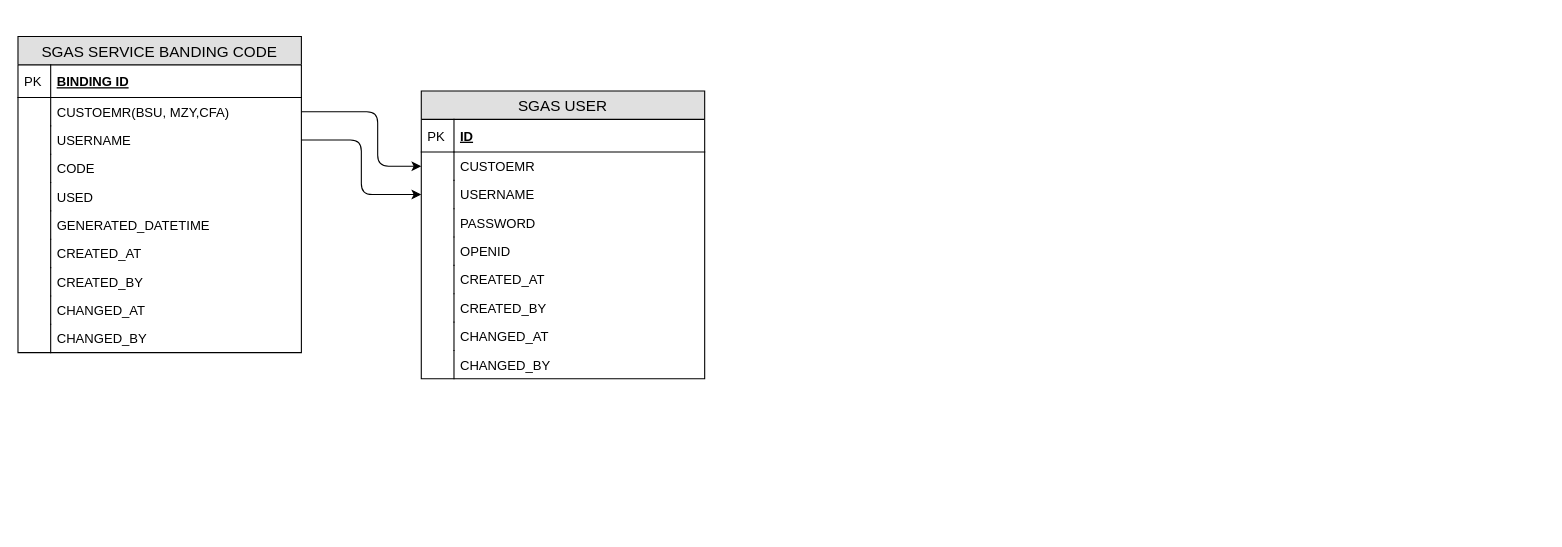
wosary1984/draw.io keeps this draw.io diagram as page "model" (3 of 7) of SportsOne/Wechat Integration.drawio. Above is the earlier version. Source tidied: cells renumbered, new cells numbered last; positions are measured from the earlier drawing's top-left corner, leaving out a move shared by most shapes. Both pictures are drawn from the tidied source at 109%, with x=0, y=0 at pixel (17, 36).
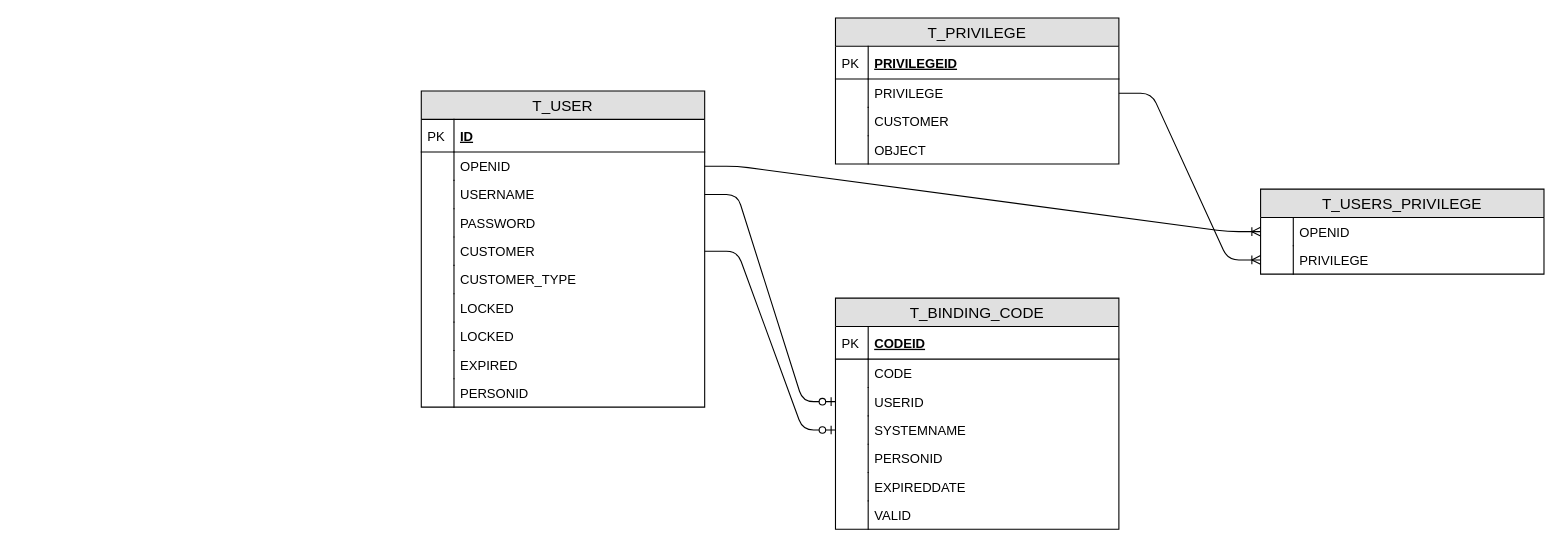
After the change.

The change refers to these unchanged cells:
```xml
<mxCell id="28" value="USERNAME" style="shape=partialRectangle;top=0;left=0;right=0;bottom=0;align=left;verticalAlign=top;fillColor=none;spacingLeft=34;spacingRight=4;overflow=hidden;points=[[0,0.5],[1,0.5]];portConstraint=eastwest;fontSize=12;" parent="23" vertex="1">
  <mxGeometry y="82" width="260" height="26" as="geometry" />
</mxCell>
```

Diff of the diagram source:
```diff
@@
-    <mxCell id="2" value="SGAS SERVICE BANDING CODE" style="swimlane;fontStyle=0;horizontal=1;startSize=26;fillColor=#e0e0e0;swimlaneFillColor=#ffffff;align=center;fontSize=14;" parent="1" vertex="1">
-      <mxGeometry width="260" height="290" as="geometry" />
+    <mxCell id="2" value="T_BINDING_CODE" style="swimlane;fontStyle=0;horizontal=1;startSize=26;fillColor=#e0e0e0;swimlaneFillColor=#ffffff;align=center;fontSize=14;" parent="1" vertex="1">
+      <mxGeometry x="750" y="240" width="260" height="212" as="geometry" />
     </mxCell>
-    <mxCell id="3" value="BINDING ID" style="shape=partialRectangle;top=0;left=0;right=0;bottom=1;align=left;verticalAlign=middle;fillColor=none;spacingLeft=34;spacingRight=4;overflow=hidden;fontStyle=5;fontSize=12;" parent="2" vertex="1">
+    <mxCell id="3" value="CODEID" style="shape=partialRectangle;top=0;left=0;right=0;bottom=1;align=left;verticalAlign=middle;fillColor=none;spacingLeft=34;spacingRight=4;overflow=hidden;fontStyle=5;fontSize=12;" parent="2" vertex="1">
       <mxGeometry y="26" width="260" height="30" as="geometry" />
     </mxCell>
@@
-    <mxCell id="5" value="CUSTOEMR(BSU, MZY,CFA)" style="shape=partialRectangle;top=0;left=0;right=0;bottom=0;align=left;verticalAlign=top;fillColor=none;spacingLeft=34;spacingRight=4;overflow=hidden;points=[[0,0.5],[1,0.5]];portConstraint=eastwest;fontSize=12;" parent="2" vertex="1">
+    <mxCell id="5" value="CODE" style="shape=partialRectangle;top=0;left=0;right=0;bottom=0;align=left;verticalAlign=top;fillColor=none;spacingLeft=34;spacingRight=4;overflow=hidden;points=[[0,0.5],[1,0.5]];portConstraint=eastwest;fontSize=12;" parent="2" vertex="1">
       <mxGeometry y="56" width="260" height="26" as="geometry" />
     </mxCell>
@@
-    <mxCell id="7" value="USERNAME" style="shape=partialRectangle;top=0;left=0;right=0;bottom=0;align=left;verticalAlign=top;fillColor=none;spacingLeft=34;spacingRight=4;overflow=hidden;points=[[0,0.5],[1,0.5]];portConstraint=eastwest;fontSize=12;" parent="2" vertex="1">
+    <mxCell id="7" value="USERID" style="shape=partialRectangle;top=0;left=0;right=0;bottom=0;align=left;verticalAlign=top;fillColor=none;spacingLeft=34;spacingRight=4;overflow=hidden;points=[[0,0.5],[1,0.5]];portConstraint=eastwest;fontSize=12;" parent="2" vertex="1">
       <mxGeometry y="82" width="260" height="26" as="geometry" />
     </mxCell>
@@
-    <mxCell id="9" value="CODE&#10;" style="shape=partialRectangle;top=0;left=0;right=0;bottom=0;align=left;verticalAlign=top;fillColor=none;spacingLeft=34;spacingRight=4;overflow=hidden;points=[[0,0.5],[1,0.5]];portConstraint=eastwest;fontSize=12;" parent="2" vertex="1">
+    <mxCell id="9" value="SYSTEMNAME" style="shape=partialRectangle;top=0;left=0;right=0;bottom=0;align=left;verticalAlign=top;fillColor=none;spacingLeft=34;spacingRight=4;overflow=hidden;points=[[0,0.5],[1,0.5]];portConstraint=eastwest;fontSize=12;" parent="2" vertex="1">
       <mxGeometry y="108" width="260" height="26" as="geometry" />
     </mxCell>
@@
-    <mxCell id="11" value="USED" style="shape=partialRectangle;top=0;left=0;right=0;bottom=0;align=left;verticalAlign=top;fillColor=none;spacingLeft=34;spacingRight=4;overflow=hidden;fontSize=12;" parent="2" vertex="1">
+    <mxCell id="11" value="PERSONID" style="shape=partialRectangle;top=0;left=0;right=0;bottom=0;align=left;verticalAlign=top;fillColor=none;spacingLeft=34;spacingRight=4;overflow=hidden;fontSize=12;" parent="2" vertex="1">
       <mxGeometry y="134" width="260" height="26" as="geometry" />
     </mxCell>
@@
-    <mxCell id="13" value="GENERATED_DATETIME" style="shape=partialRectangle;top=0;left=0;right=0;bottom=0;align=left;verticalAlign=top;fillColor=none;spacingLeft=34;spacingRight=4;overflow=hidden;fontSize=12;" parent="2" vertex="1">
+    <mxCell id="13" value="EXPIREDDATE" style="shape=partialRectangle;top=0;left=0;right=0;bottom=0;align=left;verticalAlign=top;fillColor=none;spacingLeft=34;spacingRight=4;overflow=hidden;fontSize=12;" parent="2" vertex="1">
       <mxGeometry y="160" width="260" height="26" as="geometry" />
     </mxCell>
@@
-    <mxCell id="15" value="CREATED_AT" style="shape=partialRectangle;top=0;left=0;right=0;bottom=0;align=left;verticalAlign=top;fillColor=none;spacingLeft=34;spacingRight=4;overflow=hidden;fontSize=12;" parent="2" vertex="1">
+    <mxCell id="15" value="VALID" style="shape=partialRectangle;top=0;left=0;right=0;bottom=0;align=left;verticalAlign=top;fillColor=none;spacingLeft=34;spacingRight=4;overflow=hidden;fontSize=12;" parent="2" vertex="1">
       <mxGeometry y="186" width="260" height="26" as="geometry" />
     </mxCell>
@@
-    <mxCell id="17" value="CREATED_BY" style="shape=partialRectangle;top=0;left=0;right=0;bottom=0;align=left;verticalAlign=top;fillColor=none;spacingLeft=34;spacingRight=4;overflow=hidden;fontSize=12;" parent="2" vertex="1">
-      <mxGeometry y="212" width="260" height="26" as="geometry" />
-    </mxCell>
-    <mxCell id="18" style="shape=partialRectangle;top=0;left=0;bottom=0;fillColor=none;align=left;verticalAlign=top;spacingLeft=4;spacingRight=4;overflow=hidden;fontSize=12;" parent="17" vertex="1">
-      <mxGeometry width="30" height="26" as="geometry" />
-    </mxCell>
-    <mxCell id="19" value="CHANGED_AT" style="shape=partialRectangle;top=0;left=0;right=0;bottom=0;align=left;verticalAlign=top;fillColor=none;spacingLeft=34;spacingRight=4;overflow=hidden;fontSize=12;" parent="2" vertex="1">
-      <mxGeometry y="238" width="260" height="26" as="geometry" />
-    </mxCell>
-    <mxCell id="20" style="shape=partialRectangle;top=0;left=0;bottom=0;fillColor=none;align=left;verticalAlign=top;spacingLeft=4;spacingRight=4;overflow=hidden;fontSize=12;" parent="19" vertex="1">
-      <mxGeometry width="30" height="26" as="geometry" />
-    </mxCell>
-    <mxCell id="21" value="CHANGED_BY" style="shape=partialRectangle;top=0;left=0;right=0;bottom=0;align=left;verticalAlign=top;fillColor=none;spacingLeft=34;spacingRight=4;overflow=hidden;fontSize=12;" parent="2" vertex="1">
-      <mxGeometry y="264" width="260" height="26" as="geometry" />
-    </mxCell>
-    <mxCell id="22" style="shape=partialRectangle;top=0;left=0;bottom=0;fillColor=none;align=left;verticalAlign=top;spacingLeft=4;spacingRight=4;overflow=hidden;fontSize=12;" parent="21" vertex="1">
-      <mxGeometry width="30" height="26" as="geometry" />
-    </mxCell>
-    <mxCell id="23" value="SGAS USER" style="swimlane;fontStyle=0;horizontal=1;startSize=26;fillColor=#e0e0e0;swimlaneFillColor=#ffffff;align=center;fontSize=14;" parent="1" vertex="1">
-      <mxGeometry x="370" y="50" width="260" height="264" as="geometry" />
+    <mxCell id="23" value="T_USER" style="swimlane;fontStyle=0;horizontal=1;startSize=26;fillColor=#e0e0e0;swimlaneFillColor=#ffffff;align=center;fontSize=14;" parent="1" vertex="1">
+      <mxGeometry x="370" y="50" width="260" height="290" as="geometry" />
     </mxCell>
@@
-    <mxCell id="26" value="CUSTOEMR" style="shape=partialRectangle;top=0;left=0;right=0;bottom=0;align=left;verticalAlign=top;fillColor=none;spacingLeft=34;spacingRight=4;overflow=hidden;points=[[0,0.5],[1,0.5]];portConstraint=eastwest;fontSize=12;" parent="23" vertex="1">
+    <mxCell id="26" value="OPENID" style="shape=partialRectangle;top=0;left=0;right=0;bottom=0;align=left;verticalAlign=top;fillColor=none;spacingLeft=34;spacingRight=4;overflow=hidden;points=[[0,0.5],[1,0.5]];portConstraint=eastwest;fontSize=12;" parent="23" vertex="1">
       <mxGeometry y="56" width="260" height="26" as="geometry" />
     </mxCell>
@@
-    <mxCell id="32" value="OPENID" style="shape=partialRectangle;top=0;left=0;right=0;bottom=0;align=left;verticalAlign=top;fillColor=none;spacingLeft=34;spacingRight=4;overflow=hidden;points=[[0,0.5],[1,0.5]];portConstraint=eastwest;fontSize=12;" parent="23" vertex="1">
+    <mxCell id="32" value="CUSTOMER" style="shape=partialRectangle;top=0;left=0;right=0;bottom=0;align=left;verticalAlign=top;fillColor=none;spacingLeft=34;spacingRight=4;overflow=hidden;points=[[0,0.5],[1,0.5]];portConstraint=eastwest;fontSize=12;" parent="23" vertex="1">
       <mxGeometry y="134" width="260" height="26" as="geometry" />
     </mxCell>
@@
-    <mxCell id="34" value="CREATED_AT" style="shape=partialRectangle;top=0;left=0;right=0;bottom=0;align=left;verticalAlign=top;fillColor=none;spacingLeft=34;spacingRight=4;overflow=hidden;fontSize=12;" parent="23" vertex="1">
+    <mxCell id="34" value="CUSTOMER_TYPE" style="shape=partialRectangle;top=0;left=0;right=0;bottom=0;align=left;verticalAlign=top;fillColor=none;spacingLeft=34;spacingRight=4;overflow=hidden;fontSize=12;" parent="23" vertex="1">
       <mxGeometry y="160" width="260" height="26" as="geometry" />
     </mxCell>
@@
+    <mxCell id="44" value="LOCKED" style="shape=partialRectangle;top=0;left=0;right=0;bottom=0;align=left;verticalAlign=top;fillColor=none;spacingLeft=34;spacingRight=4;overflow=hidden;fontSize=12;" parent="23" vertex="1">
+      <mxGeometry y="186" width="260" height="26" as="geometry" />
+    </mxCell>
+    <mxCell id="45" style="shape=partialRectangle;top=0;left=0;bottom=0;fillColor=none;align=left;verticalAlign=top;spacingLeft=4;spacingRight=4;overflow=hidden;fontSize=12;" parent="44" vertex="1">
+      <mxGeometry width="30" height="26" as="geometry" />
+    </mxCell>
-    <mxCell id="36" value="CREATED_BY" style="shape=partialRectangle;top=0;left=0;right=0;bottom=0;align=left;verticalAlign=top;fillColor=none;spacingLeft=34;spacingRight=4;overflow=hidden;fontSize=12;" parent="23" vertex="1">
-      <mxGeometry y="186" width="260" height="26" as="geometry" />
+    <mxCell id="36" value="LOCKED" style="shape=partialRectangle;top=0;left=0;right=0;bottom=0;align=left;verticalAlign=top;fillColor=none;spacingLeft=34;spacingRight=4;overflow=hidden;fontSize=12;" parent="23" vertex="1">
+      <mxGeometry y="212" width="260" height="26" as="geometry" />
     </mxCell>
@@
-    <mxCell id="38" value="CHANGED_AT" style="shape=partialRectangle;top=0;left=0;right=0;bottom=0;align=left;verticalAlign=top;fillColor=none;spacingLeft=34;spacingRight=4;overflow=hidden;fontSize=12;" parent="23" vertex="1">
-      <mxGeometry y="212" width="260" height="26" as="geometry" />
+    <mxCell id="38" value="EXPIRED" style="shape=partialRectangle;top=0;left=0;right=0;bottom=0;align=left;verticalAlign=top;fillColor=none;spacingLeft=34;spacingRight=4;overflow=hidden;fontSize=12;" parent="23" vertex="1">
+      <mxGeometry y="238" width="260" height="26" as="geometry" />
     </mxCell>
@@
-    <mxCell id="40" value="CHANGED_BY" style="shape=partialRectangle;top=0;left=0;right=0;bottom=0;align=left;verticalAlign=top;fillColor=none;spacingLeft=34;spacingRight=4;overflow=hidden;fontSize=12;" parent="23" vertex="1">
-      <mxGeometry y="238" width="260" height="26" as="geometry" />
+    <mxCell id="40" value="PERSONID" style="shape=partialRectangle;top=0;left=0;right=0;bottom=0;align=left;verticalAlign=top;fillColor=none;spacingLeft=34;spacingRight=4;overflow=hidden;fontSize=12;" parent="23" vertex="1">
+      <mxGeometry y="264" width="260" height="26" as="geometry" />
     </mxCell>
@@
-    <mxCell id="42" style="endArrow=classic;html=1;exitX=1;exitY=0.5;exitDx=0;exitDy=0;edgeStyle=orthogonalEdgeStyle;entryX=0;entryY=0.5;entryDx=0;entryDy=0;" parent="1" edge="1" source="5" target="26">
-      <mxGeometry relative="1" as="geometry">
-        <Array as="points">
-          <mxPoint x="330" y="69" />
-          <mxPoint x="330" y="119" />
-        </Array>
-      </mxGeometry>
-    </mxCell>
-    <mxCell id="43" style="endArrow=classic;html=1;exitX=1;exitY=0.5;exitDx=0;exitDy=0;edgeStyle=orthogonalEdgeStyle;entryX=0;entryY=0.5;entryDx=0;entryDy=0;" parent="1" edge="1" source="7" target="28">
-      <mxGeometry relative="1" as="geometry" />
-    </mxCell>
+    <mxCell id="46" value="T_PRIVILEGE" style="swimlane;fontStyle=0;horizontal=1;startSize=26;fillColor=#e0e0e0;swimlaneFillColor=#ffffff;align=center;fontSize=14;" parent="1" vertex="1">
+      <mxGeometry x="750" y="-17" width="260" height="134" as="geometry" />
+    </mxCell>
+    <mxCell id="47" value="PRIVILEGEID" style="shape=partialRectangle;top=0;left=0;right=0;bottom=1;align=left;verticalAlign=middle;fillColor=none;spacingLeft=34;spacingRight=4;overflow=hidden;fontStyle=5;fontSize=12;" parent="46" vertex="1">
+      <mxGeometry y="26" width="260" height="30" as="geometry" />
+    </mxCell>
+    <mxCell id="48" value="PK" style="shape=partialRectangle;top=0;left=0;bottom=0;fillColor=none;align=left;verticalAlign=middle;spacingLeft=4;spacingRight=4;overflow=hidden;fontSize=12;" parent="47" vertex="1">
+      <mxGeometry width="30" height="30" as="geometry" />
+    </mxCell>
+    <mxCell id="49" value="PRIVILEGE" style="shape=partialRectangle;top=0;left=0;right=0;bottom=0;align=left;verticalAlign=top;fillColor=none;spacingLeft=34;spacingRight=4;overflow=hidden;points=[[0,0.5],[1,0.5]];portConstraint=eastwest;fontSize=12;" parent="46" vertex="1">
+      <mxGeometry y="56" width="260" height="26" as="geometry" />
+    </mxCell>
+    <mxCell id="50" style="shape=partialRectangle;top=0;left=0;bottom=0;fillColor=none;align=left;verticalAlign=top;spacingLeft=4;spacingRight=4;overflow=hidden;fontSize=12;" parent="49" vertex="1">
+      <mxGeometry width="30" height="26" as="geometry" />
+    </mxCell>
+    <mxCell id="51" value="CUSTOMER" style="shape=partialRectangle;top=0;left=0;right=0;bottom=0;align=left;verticalAlign=top;fillColor=none;spacingLeft=34;spacingRight=4;overflow=hidden;fontSize=12;" parent="46" vertex="1">
+      <mxGeometry y="82" width="260" height="26" as="geometry" />
+    </mxCell>
+    <mxCell id="52" style="shape=partialRectangle;top=0;left=0;bottom=0;fillColor=none;align=left;verticalAlign=top;spacingLeft=4;spacingRight=4;overflow=hidden;fontSize=12;" parent="51" vertex="1">
+      <mxGeometry width="30" height="26" as="geometry" />
+    </mxCell>
+    <mxCell id="53" value="OBJECT" style="shape=partialRectangle;top=0;left=0;right=0;bottom=0;align=left;verticalAlign=top;fillColor=none;spacingLeft=34;spacingRight=4;overflow=hidden;fontSize=12;" parent="46" vertex="1">
+      <mxGeometry y="108" width="260" height="26" as="geometry" />
+    </mxCell>
+    <mxCell id="54" style="shape=partialRectangle;top=0;left=0;bottom=0;fillColor=none;align=left;verticalAlign=top;spacingLeft=4;spacingRight=4;overflow=hidden;fontSize=12;" parent="53" vertex="1">
+      <mxGeometry width="30" height="26" as="geometry" />
+    </mxCell>
+    <mxCell id="55" value=" T_USERS_PRIVILEGE " style="swimlane;fontStyle=0;horizontal=1;startSize=26;fillColor=#e0e0e0;swimlaneFillColor=#ffffff;align=center;fontSize=14;" parent="1" vertex="1">
+      <mxGeometry x="1140" y="140" width="260" height="78" as="geometry" />
+    </mxCell>
+    <mxCell id="56" value="OPENID" style="shape=partialRectangle;top=0;left=0;right=0;bottom=0;align=left;verticalAlign=top;fillColor=none;spacingLeft=34;spacingRight=4;overflow=hidden;points=[[0,0.5],[1,0.5]];portConstraint=eastwest;fontSize=12;" parent="55" vertex="1">
+      <mxGeometry y="26" width="260" height="26" as="geometry" />
+    </mxCell>
+    <mxCell id="57" style="shape=partialRectangle;top=0;left=0;bottom=0;fillColor=none;align=left;verticalAlign=top;spacingLeft=4;spacingRight=4;overflow=hidden;fontSize=12;" parent="56" vertex="1">
+      <mxGeometry width="30" height="26" as="geometry" />
+    </mxCell>
+    <mxCell id="58" value="PRIVILEGE" style="shape=partialRectangle;top=0;left=0;right=0;bottom=0;align=left;verticalAlign=top;fillColor=none;spacingLeft=34;spacingRight=4;overflow=hidden;points=[[0,0.5],[1,0.5]];portConstraint=eastwest;fontSize=12;" parent="55" vertex="1">
+      <mxGeometry y="52" width="260" height="26" as="geometry" />
+    </mxCell>
+    <mxCell id="59" style="shape=partialRectangle;top=0;left=0;bottom=0;fillColor=none;align=left;verticalAlign=top;spacingLeft=4;spacingRight=4;overflow=hidden;fontSize=12;" parent="58" vertex="1">
+      <mxGeometry width="30" height="26" as="geometry" />
+    </mxCell>
+    <mxCell id="60" style="edgeStyle=entityRelationEdgeStyle;fontSize=12;html=1;endArrow=ERzeroToOne;endFill=1;exitX=1;exitY=0.5;exitDx=0;exitDy=0;entryX=0;entryY=0.5;entryDx=0;entryDy=0;" parent="1" edge="1" source="28" target="7">
+      <mxGeometry relative="1" as="geometry" />
+    </mxCell>
+    <mxCell id="61" style="edgeStyle=entityRelationEdgeStyle;fontSize=12;html=1;endArrow=ERzeroToOne;endFill=1;exitX=1;exitY=0.5;exitDx=0;exitDy=0;entryX=0;entryY=0.5;entryDx=0;entryDy=0;" parent="1" edge="1" source="32" target="9">
+      <mxGeometry relative="1" as="geometry" />
+    </mxCell>
+    <mxCell id="62" style="edgeStyle=entityRelationEdgeStyle;fontSize=12;html=1;endArrow=ERoneToMany;exitX=1;exitY=0.5;exitDx=0;exitDy=0;entryX=0;entryY=0.5;entryDx=0;entryDy=0;" parent="1" edge="1" source="26" target="56">
+      <mxGeometry relative="1" as="geometry" />
+    </mxCell>
+    <mxCell id="63" style="edgeStyle=entityRelationEdgeStyle;fontSize=12;html=1;endArrow=ERoneToMany;entryX=0;entryY=0.5;entryDx=0;entryDy=0;exitX=1;exitY=0.5;exitDx=0;exitDy=0;" parent="1" edge="1" source="49" target="58">
+      <mxGeometry relative="1" as="geometry" />
+    </mxCell>
```
